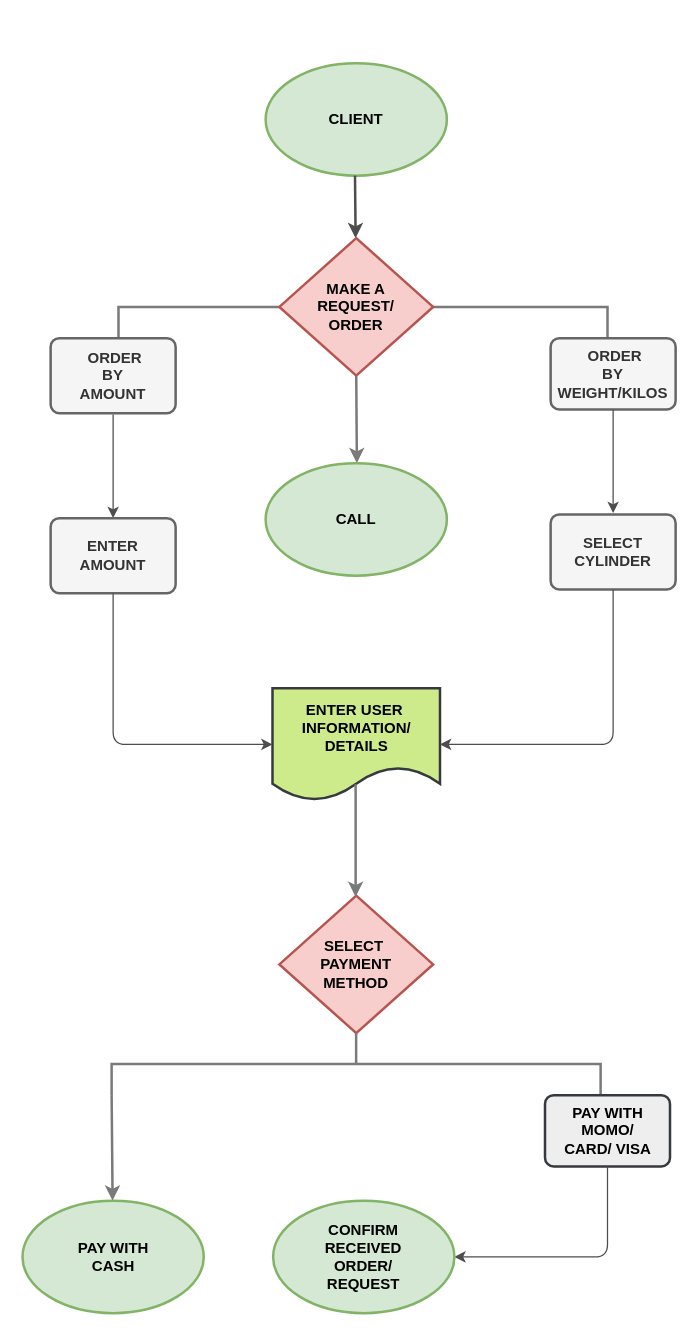
bamfokbq/error404 keeps this draw.io diagram as page "CLIENTS" (1 of 2) of Untitled Diagram.drawio. Above is the earlier version. Source tidied: cells renumbered, new cells numbered last; positions are measured from the earlier drawing's top-left corner, leaving out a move shared by most shapes. Both pictures are drawn from the tidied source at 125%, with x=0, y=0 at pixel (22, 61).
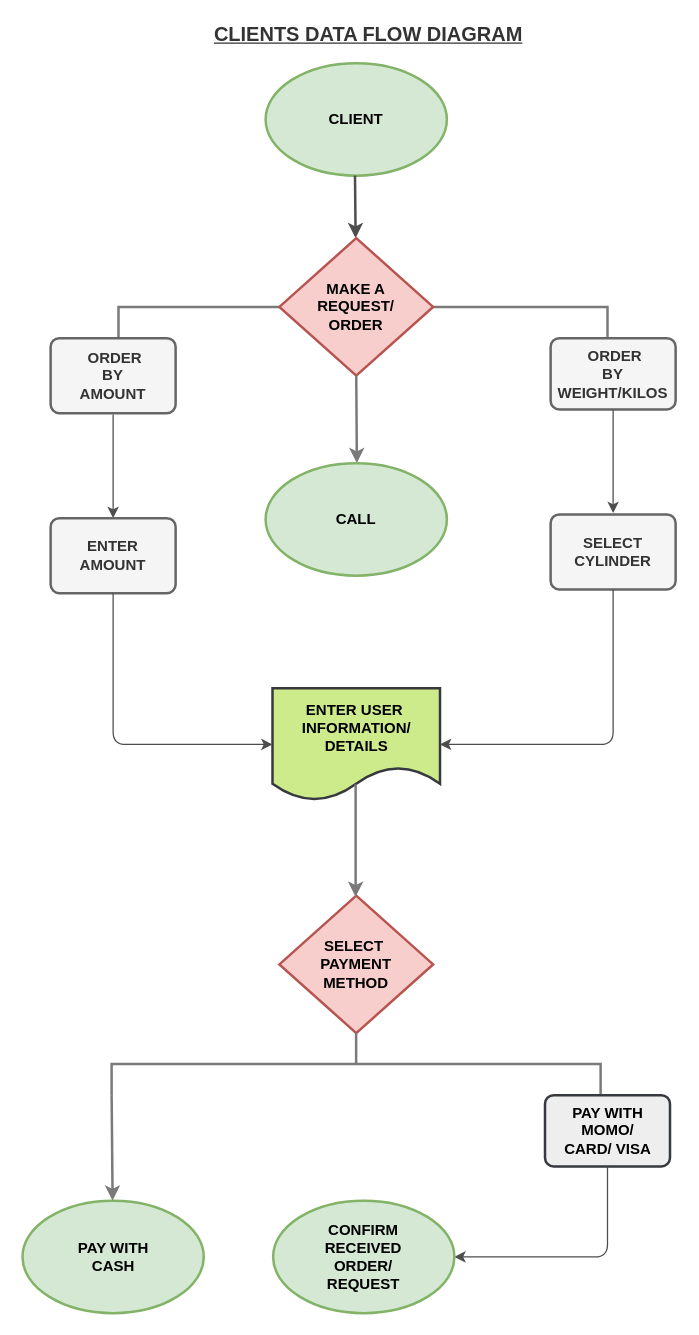
Above is the later version.

Commit message (it also covers changes not shown here):
Changed the names of the data flow

Change to the diagram source:
```diff
@@
+    <mxCell id="25" value="&lt;font style=&quot;font-size: 16px&quot; color=&quot;#333333&quot;&gt;&lt;b&gt;&lt;u&gt;CLIENTS DATA FLOW DIAGRAM&lt;/u&gt;&lt;/b&gt;&lt;/font&gt;" style="text;html=1;strokeColor=none;fillColor=none;align=center;verticalAlign=middle;whiteSpace=wrap;rounded=0;" parent="1" vertex="1">
+      <mxGeometry x="144.5" y="-32" width="263.2" height="20" as="geometry" />
+    </mxCell>
```
